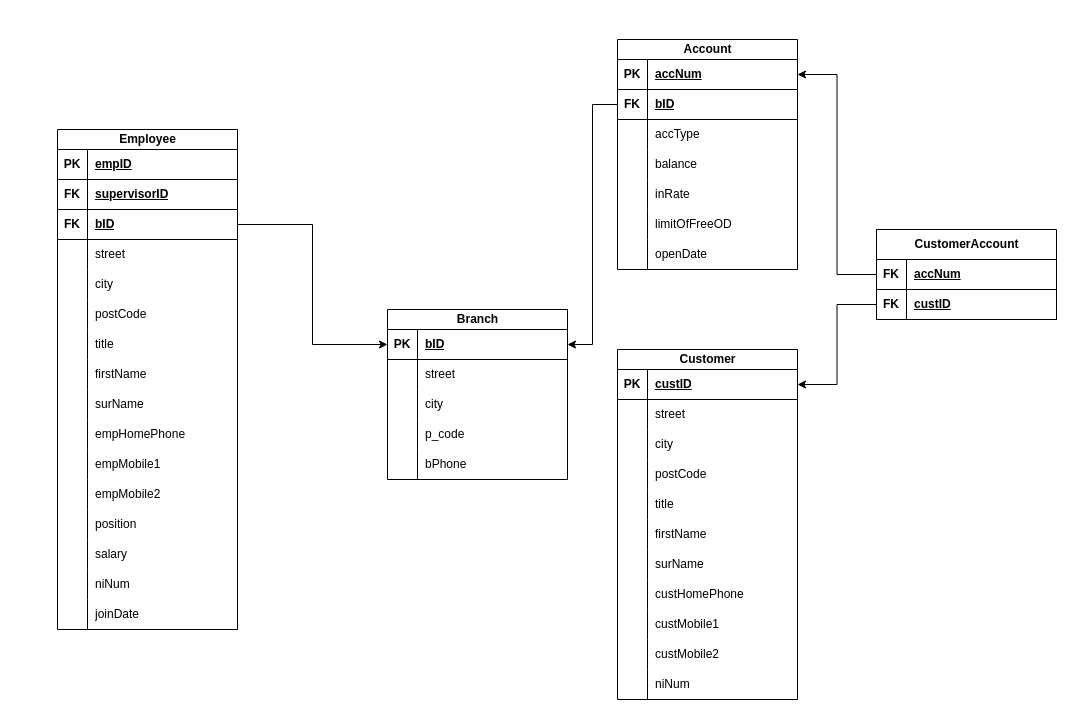
Earlier version of the draw.io diagram ADVDB.drawio (ervette/systemathic-design). Source tidied: cells renumbered, new cells numbered last; positions are measured from the earlier drawing's top-left corner, leaving out a move shared by most shapes. Both pictures are drawn from the tidied source at 100%, with x=0, y=0 at pixel (57, 39).
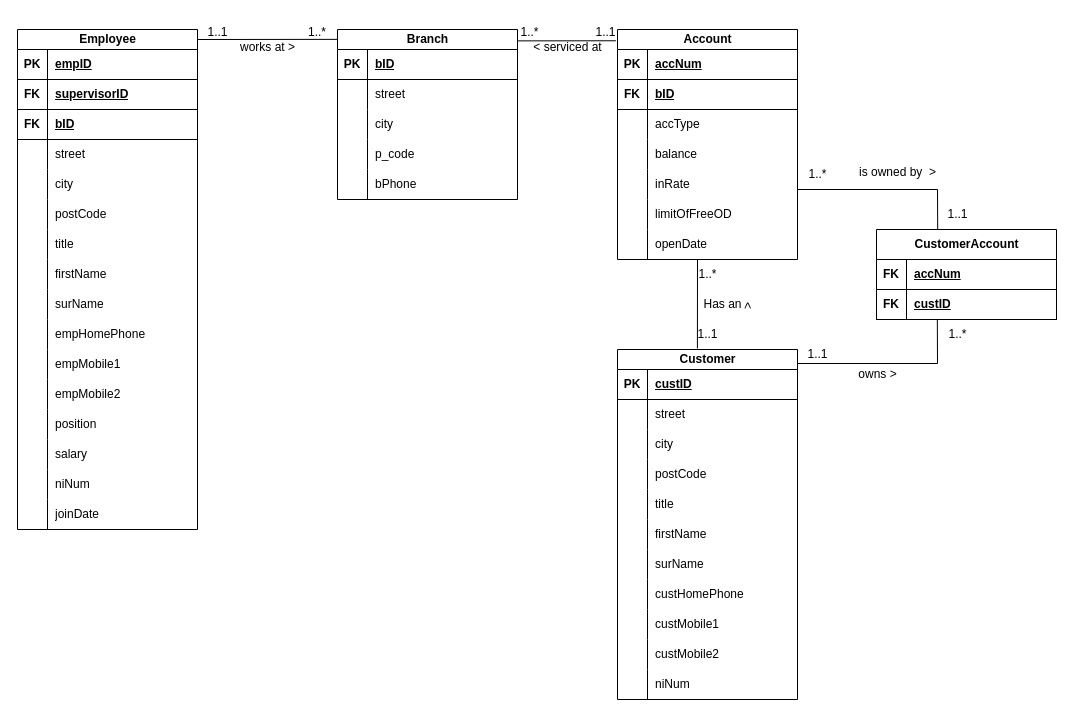
The same diagram, later.

Unchanged cells that the change refers to:
```xml
<mxCell id="3" style="shape=tableRow;horizontal=0;startSize=0;swimlaneHead=0;swimlaneBody=0;fillColor=none;points=[[0,0.5],[1,0.5]];portConstraint=eastwest;top=0;left=0;right=0;bottom=1;" parent="2" vertex="1">
  <mxGeometry y="20" width="180" height="30" as="geometry" />
</mxCell>
<mxCell id="19" style="shape=tableRow;horizontal=0;startSize=0;swimlaneHead=0;swimlaneBody=0;fillColor=none;points=[[0,0.5],[1,0.5]];portConstraint=eastwest;top=0;left=0;right=0;bottom=1;" parent="18" vertex="1">
  <mxGeometry y="20" width="180" height="30" as="geometry" />
</mxCell>
<mxCell id="22" style="shape=tableRow;horizontal=0;startSize=0;swimlaneHead=0;swimlaneBody=0;fillColor=none;points=[[0,0.5],[1,0.5]];portConstraint=eastwest;top=0;left=0;right=0;bottom=1;" parent="18" vertex="1">
  <mxGeometry y="50" width="180" height="30" as="geometry" />
</mxCell>
<mxCell id="47" style="shape=tableRow;horizontal=0;startSize=0;swimlaneHead=0;swimlaneBody=0;fillColor=none;points=[[0,0.5],[1,0.5]];portConstraint=eastwest;top=0;left=0;right=0;bottom=1;" parent="40" vertex="1">
  <mxGeometry y="80" width="180" height="30" as="geometry" />
</mxCell>
<mxCell id="89" value="Customer" style="shape=table;startSize=20;childLayout=tableLayout;rowLines=0;fontStyle=1;align=center;html=1;" parent="1" vertex="1">
  <mxGeometry x="560" y="310" width="180" height="350" as="geometry" />
</mxCell>
<mxCell id="90" style="shape=tableRow;horizontal=0;startSize=0;swimlaneHead=0;swimlaneBody=0;fillColor=none;points=[[0,0.5],[1,0.5]];portConstraint=eastwest;top=0;left=0;right=0;bottom=1;" parent="89" vertex="1">
  <mxGeometry y="20" width="180" height="30" as="geometry" />
</mxCell>
<mxCell id="125" value="CustomerAccount" style="shape=table;startSize=30;childLayout=tableLayout;rowLines=0;fontStyle=1;align=center;html=1;" parent="1" vertex="1">
  <mxGeometry x="819" y="190" width="180" height="90" as="geometry" />
</mxCell>
<mxCell id="126" style="shape=tableRow;horizontal=0;startSize=0;swimlaneHead=0;swimlaneBody=0;fillColor=none;points=[[0,0.5],[1,0.5]];portConstraint=eastwest;top=0;left=0;right=0;bottom=1;" parent="125" vertex="1">
  <mxGeometry y="30" width="180" height="30" as="geometry" />
</mxCell>
<mxCell id="129" style="shape=tableRow;horizontal=0;startSize=0;swimlaneHead=0;swimlaneBody=0;fillColor=none;points=[[0,0.5],[1,0.5]];portConstraint=eastwest;top=0;left=0;right=0;bottom=1;" parent="125" vertex="1">
  <mxGeometry y="60" width="180" height="30" as="geometry" />
</mxCell>
```

Change to the diagram source:
```diff
@@
     <mxCell id="2" value="Branch" style="shape=table;startSize=20;childLayout=tableLayout;rowLines=0;fontStyle=1;align=center;html=1;" parent="1" vertex="1">
-      <mxGeometry x="330" y="270" width="180" height="170" as="geometry" />
+      <mxGeometry x="280" y="-10" width="180" height="170" as="geometry" />
     </mxCell>
@@
     <mxCell id="18" value="Account" style="shape=table;startSize=20;childLayout=tableLayout;rowLines=0;fontStyle=1;align=center;html=1;" parent="1" vertex="1">
-      <mxGeometry x="560" width="180" height="230" as="geometry" />
+      <mxGeometry x="560" y="-10" width="180" height="230" as="geometry" />
     </mxCell>
@@
     <mxCell id="40" value="Employee" style="shape=table;startSize=20;childLayout=tableLayout;rowLines=0;fontStyle=1;align=center;html=1;" parent="1" vertex="1">
-      <mxGeometry y="90" width="180" height="500" as="geometry" />
+      <mxGeometry x="-40" y="-10" width="180" height="500" as="geometry" />
     </mxCell>
@@
-    <mxCell id="123" style="edgeStyle=orthogonalEdgeStyle;rounded=0;jettySize=auto;html=1;entryX=0;entryY=0.5;entryDx=0;entryDy=0;" parent="1" edge="1" source="47" target="3">
-      <mxGeometry relative="1" as="geometry" />
-    </mxCell>
-    <mxCell id="124" style="edgeStyle=orthogonalEdgeStyle;rounded=0;jettySize=auto;html=1;entryX=1;entryY=0.5;entryDx=0;entryDy=0;" parent="1" edge="1" source="22" target="3">
-      <mxGeometry relative="1" as="geometry" />
-    </mxCell>
@@
-    <mxCell id="132" style="edgeStyle=orthogonalEdgeStyle;rounded=0;jettySize=auto;html=1;entryX=1;entryY=0.5;entryDx=0;entryDy=0;" parent="1" edge="1" source="129" target="90">
-      <mxGeometry relative="1" as="geometry" />
-    </mxCell>
-    <mxCell id="133" style="edgeStyle=orthogonalEdgeStyle;rounded=0;jettySize=auto;html=1;entryX=1;entryY=0.5;entryDx=0;entryDy=0;" parent="1" edge="1" source="126" target="19">
-      <mxGeometry relative="1" as="geometry" />
-    </mxCell>
+    <mxCell id="134" style="endArrow=none;html=1;rounded=0;exitX=-0.009;exitY=0.049;exitDx=0;exitDy=0;exitPerimeter=0;entryX=1;entryY=0.067;entryDx=0;entryDy=0;entryPerimeter=0;" parent="1" edge="1" source="18" target="2">
+      <mxGeometry relative="1" as="geometry" />
+    </mxCell>
+    <mxCell id="135" value="1..*" style="text;html=1;align=center;verticalAlign=middle;strokeColor=none;fillColor=none;" parent="1" vertex="1">
+      <mxGeometry x="452" y="-22" width="40" height="30" as="geometry" />
+    </mxCell>
+    <mxCell id="136" value="1..1" style="text;html=1;align=center;verticalAlign=middle;strokeColor=none;fillColor=none;" parent="1" vertex="1">
+      <mxGeometry x="528" y="-22" width="40" height="30" as="geometry" />
+    </mxCell>
+    <mxCell id="137" value="&amp;lt; serviced at" style="text;html=1;align=center;verticalAlign=middle;strokeColor=none;fillColor=none;" parent="1" vertex="1">
+      <mxGeometry x="465" y="-7" width="90" height="30" as="geometry" />
+    </mxCell>
+    <mxCell id="138" style="endArrow=none;html=1;rounded=0;exitX=1.003;exitY=0.02;exitDx=0;exitDy=0;exitPerimeter=0;entryX=0.003;entryY=0.058;entryDx=0;entryDy=0;entryPerimeter=0;" parent="1" edge="1" source="40" target="2">
+      <mxGeometry relative="1" as="geometry" />
+    </mxCell>
+    <mxCell id="139" value="1..*" style="text;html=1;align=center;verticalAlign=middle;whiteSpace=wrap;rounded=0;" parent="1" vertex="1">
+      <mxGeometry x="230" y="-22" width="60" height="30" as="geometry" />
+    </mxCell>
+    <mxCell id="140" value="1..1" style="text;html=1;align=center;verticalAlign=middle;strokeColor=none;fillColor=none;" parent="1" vertex="1">
+      <mxGeometry x="140" y="-22" width="40" height="30" as="geometry" />
+    </mxCell>
+    <mxCell id="141" value="works at &amp;gt;" style="text;html=1;align=center;verticalAlign=middle;strokeColor=none;fillColor=none;" parent="1" vertex="1">
+      <mxGeometry x="170" y="-7" width="80" height="30" as="geometry" />
+    </mxCell>
+    <mxCell id="142" style="endArrow=none;html=1;rounded=0;exitX=0.444;exitY=-0.003;exitDx=0;exitDy=0;exitPerimeter=0;" parent="1" edge="1" source="89">
+      <mxGeometry relative="1" as="geometry">
+        <mxPoint x="640" y="220" as="targetPoint" />
+      </mxGeometry>
+    </mxCell>
+    <mxCell id="143" value="1..1" style="text;html=1;align=center;verticalAlign=middle;strokeColor=none;fillColor=none;" parent="1" vertex="1">
+      <mxGeometry x="630" y="280" width="40" height="30" as="geometry" />
+    </mxCell>
+    <mxCell id="144" value="1..*" style="text;html=1;align=center;verticalAlign=middle;strokeColor=none;fillColor=none;" parent="1" vertex="1">
+      <mxGeometry x="630" y="220" width="40" height="30" as="geometry" />
+    </mxCell>
+    <mxCell id="145" value="Has an" style="text;html=1;align=center;verticalAlign=middle;strokeColor=none;fillColor=none;" parent="1" vertex="1">
+      <mxGeometry x="635" y="250" width="60" height="30" as="geometry" />
+    </mxCell>
+    <mxCell id="146" value="&amp;gt;" style="text;html=1;align=center;verticalAlign=middle;strokeColor=none;fillColor=none;rotation=-90;" parent="1" vertex="1">
+      <mxGeometry x="676" y="252" width="30" height="30" as="geometry" />
+    </mxCell>
+    <mxCell id="147" style="endArrow=none;html=1;rounded=0;entryX=0.34;entryY=0.002;entryDx=0;entryDy=0;entryPerimeter=0;" parent="1" edge="1" target="125">
+      <mxGeometry relative="1" as="geometry">
+        <mxPoint x="740" y="150" as="sourcePoint" />
+        <Array as="points">
+          <mxPoint x="880" y="150" />
+        </Array>
+      </mxGeometry>
+    </mxCell>
+    <mxCell id="148" style="endArrow=none;html=1;rounded=0;entryX=0.338;entryY=1.017;entryDx=0;entryDy=0;entryPerimeter=0;" parent="1" edge="1" target="129">
+      <mxGeometry relative="1" as="geometry">
+        <mxPoint x="740" y="324" as="sourcePoint" />
+        <Array as="points">
+          <mxPoint x="880" y="324" />
+        </Array>
+      </mxGeometry>
+    </mxCell>
+    <mxCell id="149" value="1..*" style="text;html=1;align=center;verticalAlign=middle;strokeColor=none;fillColor=none;" parent="1" vertex="1">
+      <mxGeometry x="740" y="120" width="40" height="30" as="geometry" />
+    </mxCell>
+    <mxCell id="150" value="1..1" style="text;html=1;align=center;verticalAlign=middle;strokeColor=none;fillColor=none;" parent="1" vertex="1">
+      <mxGeometry x="880" y="160" width="40" height="30" as="geometry" />
+    </mxCell>
+    <mxCell id="151" value="1..1" style="text;html=1;align=center;verticalAlign=middle;strokeColor=none;fillColor=none;" parent="1" vertex="1">
+      <mxGeometry x="740" y="300" width="40" height="30" as="geometry" />
+    </mxCell>
+    <mxCell id="152" value="1..*" style="text;html=1;align=center;verticalAlign=middle;strokeColor=none;fillColor=none;" parent="1" vertex="1">
+      <mxGeometry x="880" y="280" width="40" height="30" as="geometry" />
+    </mxCell>
+    <mxCell id="153" value="is owned by &amp;nbsp;&amp;gt;" style="text;html=1;align=center;verticalAlign=middle;strokeColor=none;fillColor=none;" parent="1" vertex="1">
+      <mxGeometry x="790" y="118" width="100" height="30" as="geometry" />
+    </mxCell>
+    <mxCell id="154" value="owns &amp;gt;" style="text;html=1;align=center;verticalAlign=middle;strokeColor=none;fillColor=none;" parent="1" vertex="1">
+      <mxGeometry x="790" y="320" width="60" height="30" as="geometry" />
+    </mxCell>
```
